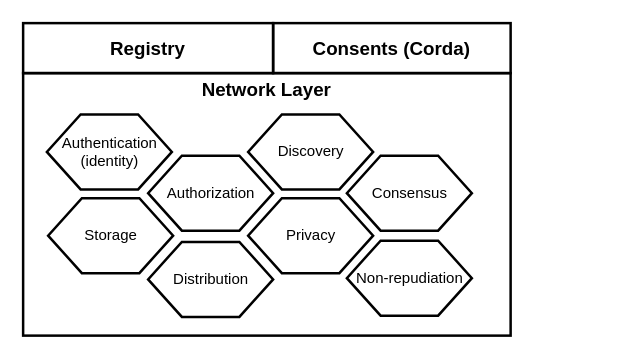
Before: registry target architecture overview.drawio in nuts-foundation/nuts-wiki-assets, a draw.io diagram. Source tidied: cells renumbered, new cells numbered last; positions are measured from the earlier drawing's top-left corner, leaving out a move shared by most shapes. Both pictures are drawn from the tidied source at 125%, with x=0, y=0 at pixel (22, 22).
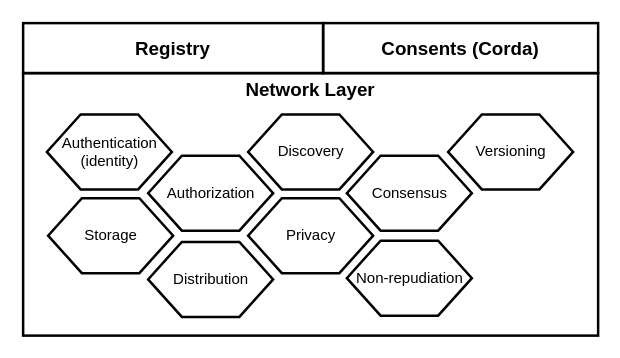
The same page after the edit.

Commit message (it also covers changes not shown here):
Added deployment diagram

What changed in the source:
```diff
@@
 <mxGraphModel>
   <root>
     <mxCell id="0" />
     <mxCell id="1" parent="0" />
     <mxCell id="2" value="Network Layer" style="rounded=0;whiteSpace=wrap;html=1;strokeWidth=2;gradientColor=none;fillColor=none;labelPosition=center;verticalLabelPosition=top;align=center;verticalAlign=bottom;spacingTop=0;spacing=-23;fontStyle=1;fontSize=15;" parent="1" vertex="1">
-      <mxGeometry y="40" width="390" height="210" as="geometry" />
+      <mxGeometry y="40" width="460" height="210" as="geometry" />
     </mxCell>
     <mxCell id="3" value="Storage" style="verticalLabelPosition=middle;verticalAlign=middle;html=1;shape=hexagon;perimeter=hexagonPerimeter2;arcSize=6;size=0.27;strokeWidth=2;labelPosition=center;align=center;" parent="1" vertex="1">
       <mxGeometry x="20" y="140" width="100" height="60" as="geometry" />
     </mxCell>
     <mxCell id="4" value="Distribution" style="verticalLabelPosition=middle;verticalAlign=middle;html=1;shape=hexagon;perimeter=hexagonPerimeter2;arcSize=6;size=0.27;strokeWidth=2;labelPosition=center;align=center;" parent="1" vertex="1">
       <mxGeometry x="100" y="175" width="100" height="60" as="geometry" />
     </mxCell>
     <mxCell id="5" value="Consensus" style="verticalLabelPosition=middle;verticalAlign=middle;html=1;shape=hexagon;perimeter=hexagonPerimeter2;arcSize=6;size=0.27;strokeWidth=2;labelPosition=center;align=center;" parent="1" vertex="1">
       <mxGeometry x="259" y="106" width="100" height="60" as="geometry" />
     </mxCell>
     <mxCell id="6" value="Privacy" style="verticalLabelPosition=middle;verticalAlign=middle;html=1;shape=hexagon;perimeter=hexagonPerimeter2;arcSize=6;size=0.27;strokeWidth=2;labelPosition=center;align=center;" parent="1" vertex="1">
       <mxGeometry x="180" y="140" width="100" height="60" as="geometry" />
     </mxCell>
     <mxCell id="7" value="Authorization" style="verticalLabelPosition=middle;verticalAlign=middle;html=1;shape=hexagon;perimeter=hexagonPerimeter2;arcSize=6;size=0.27;strokeWidth=2;labelPosition=center;align=center;" parent="1" vertex="1">
       <mxGeometry x="100" y="106" width="100" height="60" as="geometry" />
     </mxCell>
     <mxCell id="8" value="Consents (Corda)" style="rounded=0;whiteSpace=wrap;html=1;strokeWidth=2;gradientColor=none;fillColor=none;labelPosition=center;verticalLabelPosition=middle;align=center;verticalAlign=middle;spacingTop=0;spacing=0;fontStyle=1;fontSize=15;" parent="1" vertex="1">
-      <mxGeometry x="200" width="190" height="40" as="geometry" />
+      <mxGeometry x="240" width="220" height="40" as="geometry" />
     </mxCell>
     <mxCell id="9" value="Registry" style="rounded=0;whiteSpace=wrap;html=1;strokeWidth=2;gradientColor=none;fillColor=none;labelPosition=center;verticalLabelPosition=middle;align=center;verticalAlign=middle;spacingTop=0;spacing=0;fontStyle=1;fontSize=15;" parent="1" vertex="1">
-      <mxGeometry width="200" height="40" as="geometry" />
+      <mxGeometry width="240" height="40" as="geometry" />
     </mxCell>
     <mxCell id="10" value="Non-repudiation" style="verticalLabelPosition=middle;verticalAlign=middle;html=1;shape=hexagon;perimeter=hexagonPerimeter2;arcSize=6;size=0.27;strokeWidth=2;labelPosition=center;align=center;" parent="1" vertex="1">
       <mxGeometry x="259" y="174" width="100" height="60" as="geometry" />
     </mxCell>
     <mxCell id="11" value="Discovery" style="verticalLabelPosition=middle;verticalAlign=middle;html=1;shape=hexagon;perimeter=hexagonPerimeter2;arcSize=6;size=0.27;strokeWidth=2;labelPosition=center;align=center;" parent="1" vertex="1">
       <mxGeometry x="180" y="73" width="100" height="60" as="geometry" />
     </mxCell>
     <mxCell id="12" value="Authentication&lt;br&gt;(identity)" style="verticalLabelPosition=middle;verticalAlign=middle;html=1;shape=hexagon;perimeter=hexagonPerimeter2;arcSize=6;size=0.27;strokeWidth=2;labelPosition=center;align=center;" parent="1" vertex="1">
       <mxGeometry x="19" y="73" width="100" height="60" as="geometry" />
     </mxCell>
+    <mxCell id="13" value="Versioning" style="verticalLabelPosition=middle;verticalAlign=middle;html=1;shape=hexagon;perimeter=hexagonPerimeter2;arcSize=6;size=0.27;strokeWidth=2;labelPosition=center;align=center;" parent="1" vertex="1">
+      <mxGeometry x="340" y="73" width="100" height="60" as="geometry" />
+    </mxCell>
   </root>
 </mxGraphModel>
```
